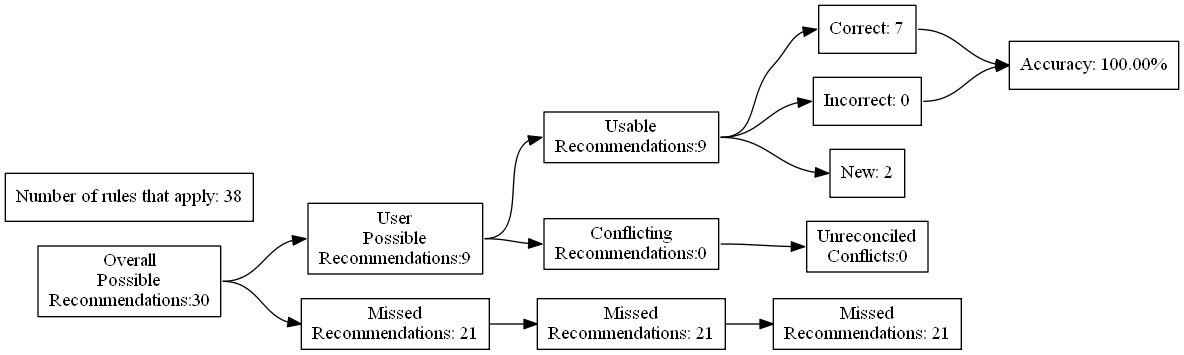
This is test_renders/34.gv.png from ZaxR/ibd_diet_analysis, a Graphviz export, as it was before one commit. Its source is kept beside it as test_renders/34.gv. Its diagram source:
```dot
digraph {
	graph [rankdir=LR]
	node [pos=r shape=box]
	edge [headport=w tailport=e]
		A [label="Overall
Possible
Recommendations:30"]
		B [label="User
Possible
Recommendations:9"]
		C [label="Missed
Recommendations: 21"]
		D [label="Usable
Recommendations:9"]
		E [label="Conflicting
Recommendations:0"]
		J [label="Missed
Recommendations: 21"]
		M [label="Unreconciled
Conflicts:0"]
		F [label="Correct: 7"]
		G [label="Incorrect: 0"]
		H [label="New: 2"]
		K [label="Missed
Recommendations: 21"]
		I [label="Accuracy: 100.00%"]
		l [label="Number of rules that apply: 38"]
			A -> B
			A -> C
			B -> D
			B -> E
			D -> F
			D -> G
			D -> H
			F -> I
			G -> I
			C -> J
			J -> K
			E -> M
}
```
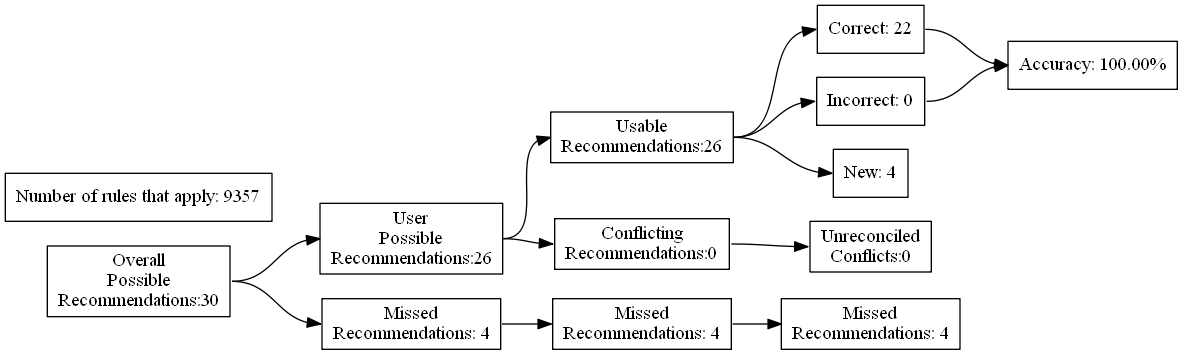
Later version of the same file.

Diff of the diagram source:
```diff
@@ -7,24 +7,24 @@
 Recommendations:30"]
 		B [label="User
 Possible
-Recommendations:9"]
+Recommendations:26"]
 		C [label="Missed
-Recommendations: 21"]
+Recommendations: 4"]
 		D [label="Usable
-Recommendations:9"]
+Recommendations:26"]
 		E [label="Conflicting
 Recommendations:0"]
 		J [label="Missed
-Recommendations: 21"]
+Recommendations: 4"]
 		M [label="Unreconciled
 Conflicts:0"]
-		F [label="Correct: 7"]
+		F [label="Correct: 22"]
 		G [label="Incorrect: 0"]
-		H [label="New: 2"]
+		H [label="New: 4"]
 		K [label="Missed
-Recommendations: 21"]
+Recommendations: 4"]
 		I [label="Accuracy: 100.00%"]
-		l [label="Number of rules that apply: 38"]
+		l [label="Number of rules that apply: 9357"]
 			A -> B
 			A -> C
 			B -> D
```
